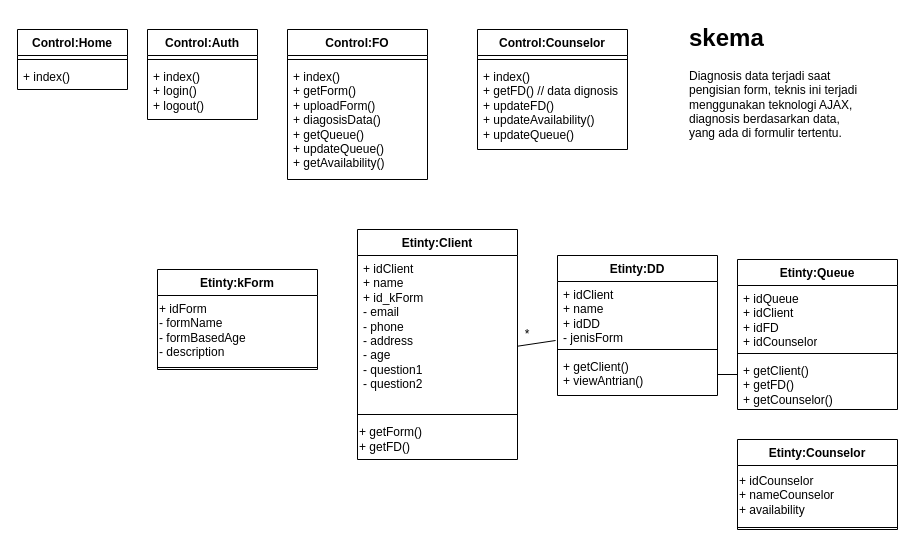
Before: Mini-Proj/Class-Diagram-MN.drawio in mahesri/uml_ads_sms3, a draw.io diagram. Source tidied: cells renumbered, new cells numbered last; positions are measured from the earlier drawing's top-left corner, leaving out a move shared by most shapes. Both pictures are drawn from the tidied source at 100%, with x=0, y=0 at pixel (17, 17).
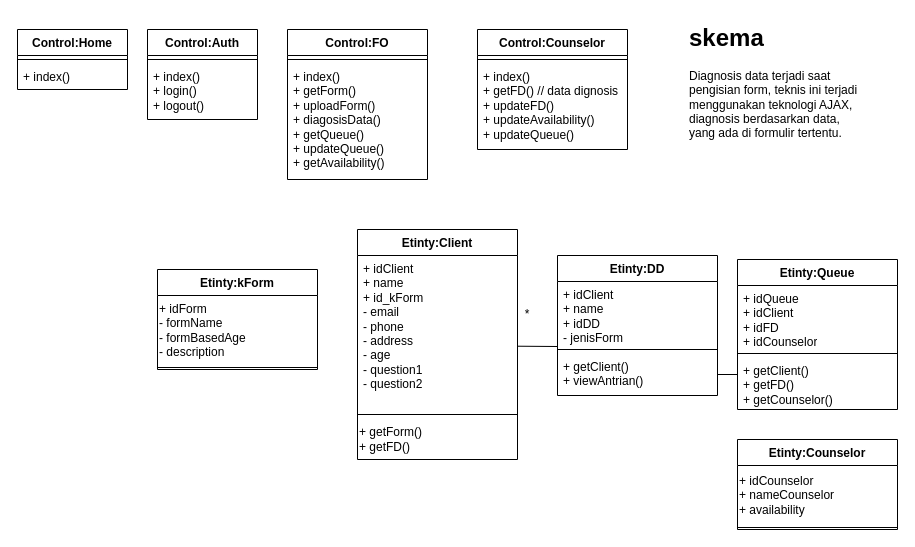
After the change.

The change refers to these unchanged cells:
```xml
<mxCell id="3" value="+ idClient&lt;div&gt;+ name&lt;/div&gt;&lt;div&gt;+ id_kForm&lt;/div&gt;&lt;div&gt;- email&lt;/div&gt;&lt;div&gt;- phone&lt;br&gt;- address&lt;br&gt;- age&lt;/div&gt;&lt;div&gt;- question1&lt;/div&gt;&lt;div&gt;-&amp;nbsp;&lt;span style=&quot;background-color: initial;&quot;&gt;question2&lt;/span&gt;&lt;/div&gt;" style="text;strokeColor=none;fillColor=none;align=left;verticalAlign=top;spacingLeft=4;spacingRight=4;overflow=hidden;points=[[0,0.5],[1,0.5]];portConstraint=eastwest;whiteSpace=wrap;html=1;" parent="2" vertex="1">
  <mxGeometry y="26" width="160" height="154" as="geometry" />
</mxCell>
<mxCell id="14" value="+ idClient&lt;br&gt;+ name&lt;br&gt;+ idDD&lt;br&gt;- jenisForm&lt;br&gt;- waktuMengisiForm" style="text;strokeColor=none;fillColor=none;align=left;verticalAlign=top;spacingLeft=4;spacingRight=4;overflow=hidden;points=[[0,0.5],[1,0.5]];portConstraint=eastwest;whiteSpace=wrap;html=1;" parent="13" vertex="1">
  <mxGeometry y="26" width="160" height="64" as="geometry" />
</mxCell>
```

What changed in the source:
```diff
@@
-    <mxCell id="20" style="endArrow=none;html=1;rounded=0;entryX=1;entryY=0.589;entryDx=0;entryDy=0;exitX=-0.012;exitY=0.922;exitDx=0;exitDy=0;exitPerimeter=0;entryPerimeter=0;" parent="1" edge="1" source="14" target="3">
-      <mxGeometry relative="1" as="geometry" />
+    <mxCell id="20" style="endArrow=none;html=1;rounded=0;entryX=1;entryY=0.589;entryDx=0;entryDy=0;entryPerimeter=0;" parent="1" edge="1" target="3">
+      <mxGeometry relative="1" as="geometry">
+        <mxPoint x="540" y="329" as="sourcePoint" />
+      </mxGeometry>
     </mxCell>
@@
     <mxCell id="31" value="*" style="text;html=1;align=center;verticalAlign=middle;whiteSpace=wrap;rounded=0;" parent="1" vertex="1">
-      <mxGeometry x="480" y="302" width="60" height="30" as="geometry" />
+      <mxGeometry x="480" y="282" width="60" height="30" as="geometry" />
     </mxCell>
```
